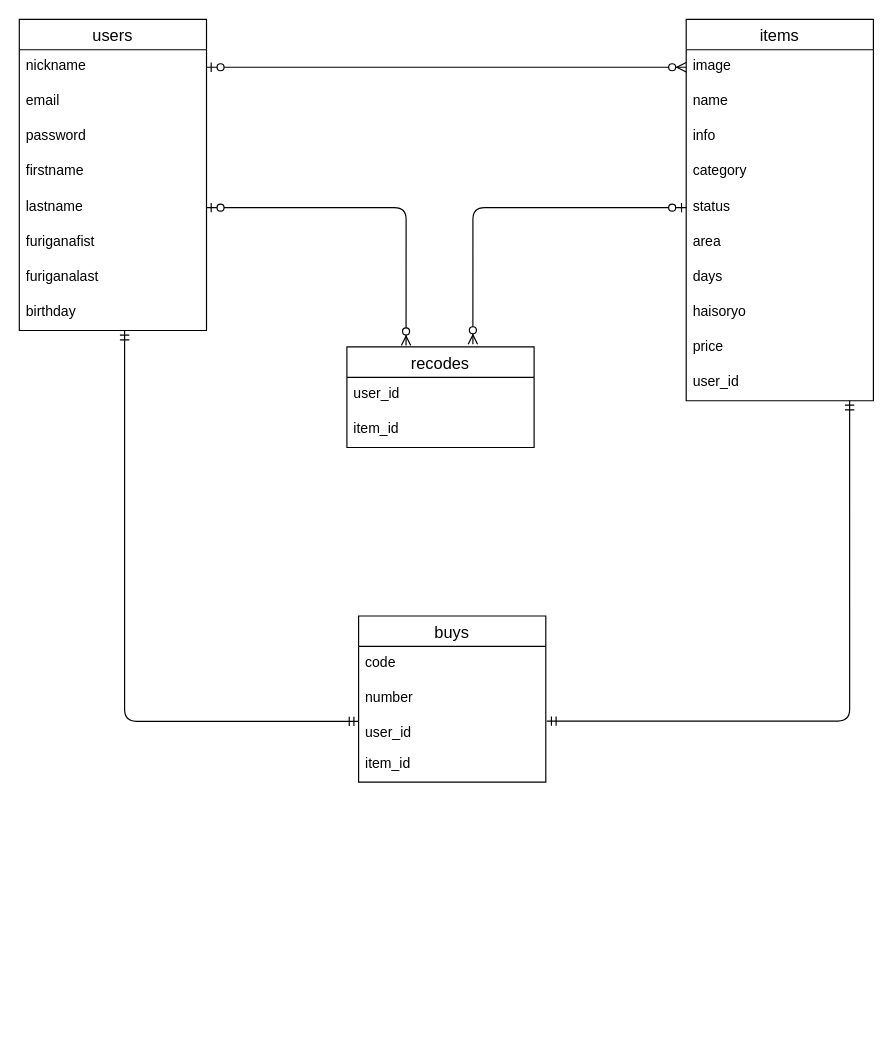
This is teble.dio from T-70ya/furima-35709, a draw.io file, before an edit. Source tidied: cells renumbered, new cells numbered last; positions are measured from the earlier drawing's top-left corner, leaving out a move shared by most shapes. Both pictures are drawn from the tidied source at 117%, with x=0, y=0 at pixel (19, 19).
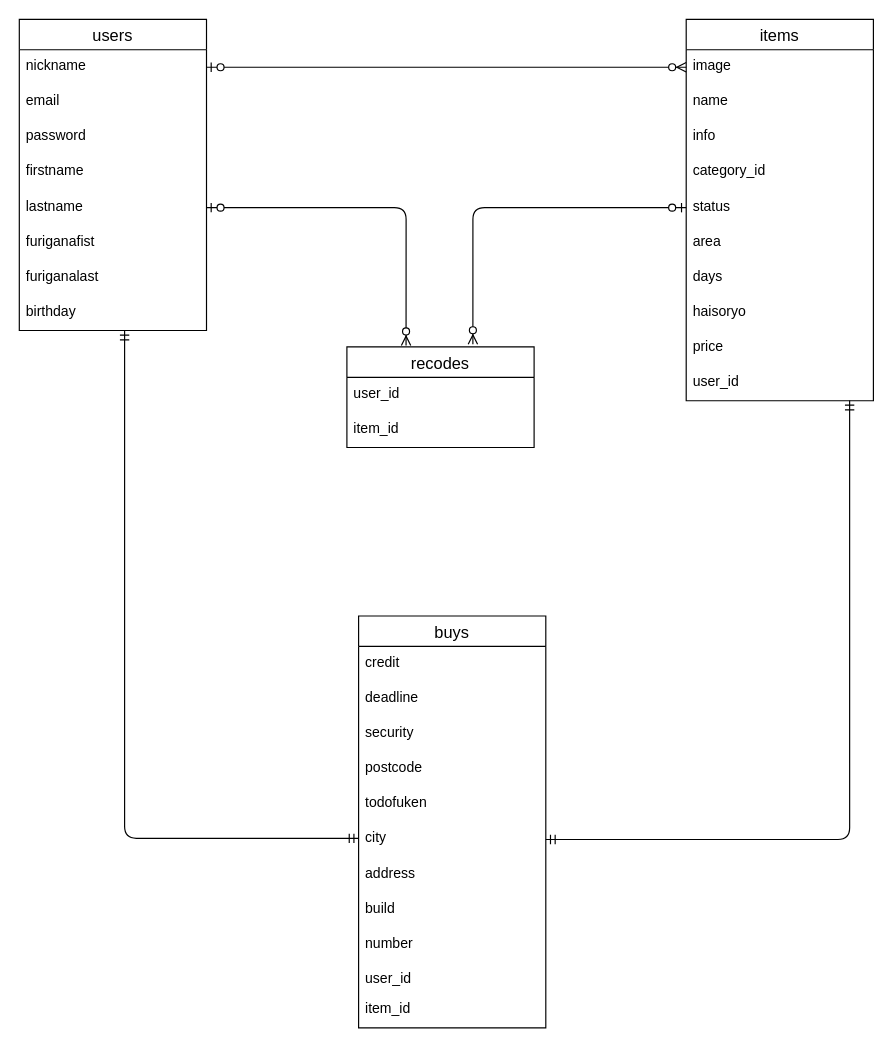
After the change.

Commit message (it also covers changes not shown here):
データベース設計修正

Unchanged cells that the change refers to:
```xml
<mxCell id="2" value="items" style="swimlane;fontStyle=0;horizontal=1;startSize=26;align=center;fontSize=14;" parent="1" vertex="1">
  <mxGeometry x="570" width="160" height="326" as="geometry" />
</mxCell>
<mxCell id="12" value="user_id" style="text;strokeColor=none;fillColor=none;spacingLeft=4;spacingRight=4;overflow=hidden;points=[[0,0.5],[1,0.5]];portConstraint=eastwest;fontSize=12;" parent="2" vertex="1">
  <mxGeometry y="296" width="160" height="30" as="geometry" />
</mxCell>
```

Change to the diagram source:
```diff
@@
-    <mxCell id="6" value="category" style="text;strokeColor=none;fillColor=none;spacingLeft=4;spacingRight=4;overflow=hidden;fontSize=12;" parent="2" vertex="1">
+    <mxCell id="6" value="category_id" style="text;strokeColor=none;fillColor=none;spacingLeft=4;spacingRight=4;overflow=hidden;fontSize=12;" parent="2" vertex="1">
       <mxGeometry y="116" width="160" height="30" as="geometry" />
     </mxCell>
@@
     <mxCell id="22" value="buys" style="swimlane;fontStyle=0;horizontal=1;startSize=26;align=center;fontSize=14;" parent="1" vertex="1">
-      <mxGeometry x="290" y="510" width="160" height="142" as="geometry" />
+      <mxGeometry x="290" y="510" width="160" height="352" as="geometry" />
     </mxCell>
-    <mxCell id="23" value="code" style="text;strokeColor=none;fillColor=none;spacingLeft=4;spacingRight=4;overflow=hidden;fontSize=12;" parent="22" vertex="1">
-      <mxGeometry y="26" width="160" height="30" as="geometry" />
-    </mxCell>
+    <mxCell id="35" value="credit" style="text;strokeColor=none;fillColor=none;spacingLeft=4;spacingRight=4;overflow=hidden;fontSize=12;" parent="22" vertex="1">
+      <mxGeometry y="26" width="160" height="30" as="geometry" />
+    </mxCell>
+    <mxCell id="36" value="deadline" style="text;strokeColor=none;fillColor=none;spacingLeft=4;spacingRight=4;overflow=hidden;fontSize=12;" parent="22" vertex="1">
+      <mxGeometry y="56" width="160" height="30" as="geometry" />
+    </mxCell>
+    <mxCell id="37" value="security" style="text;strokeColor=none;fillColor=none;spacingLeft=4;spacingRight=4;overflow=hidden;fontSize=12;" parent="22" vertex="1">
+      <mxGeometry y="86" width="160" height="30" as="geometry" />
+    </mxCell>
+    <mxCell id="38" value="postcode" style="text;strokeColor=none;fillColor=none;spacingLeft=4;spacingRight=4;overflow=hidden;fontSize=12;" parent="22" vertex="1">
+      <mxGeometry y="116" width="160" height="30" as="geometry" />
+    </mxCell>
+    <mxCell id="39" value="todofuken" style="text;strokeColor=none;fillColor=none;spacingLeft=4;spacingRight=4;overflow=hidden;fontSize=12;" parent="22" vertex="1">
+      <mxGeometry y="146" width="160" height="30" as="geometry" />
+    </mxCell>
+    <mxCell id="40" value="city" style="text;strokeColor=none;fillColor=none;spacingLeft=4;spacingRight=4;overflow=hidden;points=[[0,0.5],[1,0.5]];portConstraint=eastwest;fontSize=12;" parent="22" vertex="1">
+      <mxGeometry y="176" width="160" height="30" as="geometry" />
+    </mxCell>
+    <mxCell id="41" value="address" style="text;strokeColor=none;fillColor=none;spacingLeft=4;spacingRight=4;overflow=hidden;fontSize=12;" parent="22" vertex="1">
+      <mxGeometry y="206" width="160" height="30" as="geometry" />
+    </mxCell>
+    <mxCell id="42" value="build" style="text;strokeColor=none;fillColor=none;spacingLeft=4;spacingRight=4;overflow=hidden;fontSize=12;" parent="22" vertex="1">
+      <mxGeometry y="236" width="160" height="30" as="geometry" />
+    </mxCell>
     <mxCell id="24" value="number&#10;" style="text;strokeColor=none;fillColor=none;spacingLeft=4;spacingRight=4;overflow=hidden;fontSize=12;" parent="22" vertex="1">
-      <mxGeometry y="56" width="160" height="30" as="geometry" />
+      <mxGeometry y="266" width="160" height="30" as="geometry" />
     </mxCell>
     <mxCell id="25" value="user_id" style="text;strokeColor=none;fillColor=none;spacingLeft=4;spacingRight=4;overflow=hidden;points=[[0,0.5],[1,0.5]];portConstraint=eastwest;fontSize=12;" parent="22" vertex="1">
-      <mxGeometry y="86" width="160" height="26" as="geometry" />
+      <mxGeometry y="296" width="160" height="26" as="geometry" />
     </mxCell>
     <mxCell id="26" value="item_id" style="text;strokeColor=none;fillColor=none;spacingLeft=4;spacingRight=4;overflow=hidden;fontSize=12;" parent="22" vertex="1">
-      <mxGeometry y="112" width="160" height="30" as="geometry" />
+      <mxGeometry y="322" width="160" height="30" as="geometry" />
     </mxCell>
@@
-    <mxCell id="30" style="edgeStyle=elbowEdgeStyle;fontSize=12;html=1;endArrow=ERmandOne;startArrow=ERmandOne;exitX=0;exitY=0.154;exitDx=0;exitDy=0;exitPerimeter=0;" parent="1" edge="1" source="25">
+    <mxCell id="30" style="edgeStyle=elbowEdgeStyle;fontSize=12;html=1;endArrow=ERmandOne;startArrow=ERmandOne;" parent="1" edge="1">
       <mxGeometry relative="1" as="geometry">
+        <mxPoint x="290" y="700" as="sourcePoint" />
         <mxPoint x="90" y="266" as="targetPoint" />
         <Array as="points">
+          <mxPoint x="90" y="560" />
           <mxPoint x="90" y="430" />
         </Array>
       </mxGeometry>
     </mxCell>
-    <mxCell id="31" style="edgeStyle=orthogonalEdgeStyle;fontSize=12;html=1;endArrow=ERmandOne;startArrow=ERmandOne;exitX=1.005;exitY=0.146;exitDx=0;exitDy=0;exitPerimeter=0;entryX=0.873;entryY=0.993;entryDx=0;entryDy=0;entryPerimeter=0;" parent="1" edge="1" source="25" target="12">
+    <mxCell id="31" style="edgeStyle=orthogonalEdgeStyle;fontSize=12;html=1;endArrow=ERmandOne;startArrow=ERmandOne;exitX=1;exitY=0.5;exitDx=0;exitDy=0;entryX=0.873;entryY=0.993;entryDx=0;entryDy=0;entryPerimeter=0;" parent="1" edge="1" source="40" target="12">
       <mxGeometry relative="1" as="geometry" />
     </mxCell>
```
